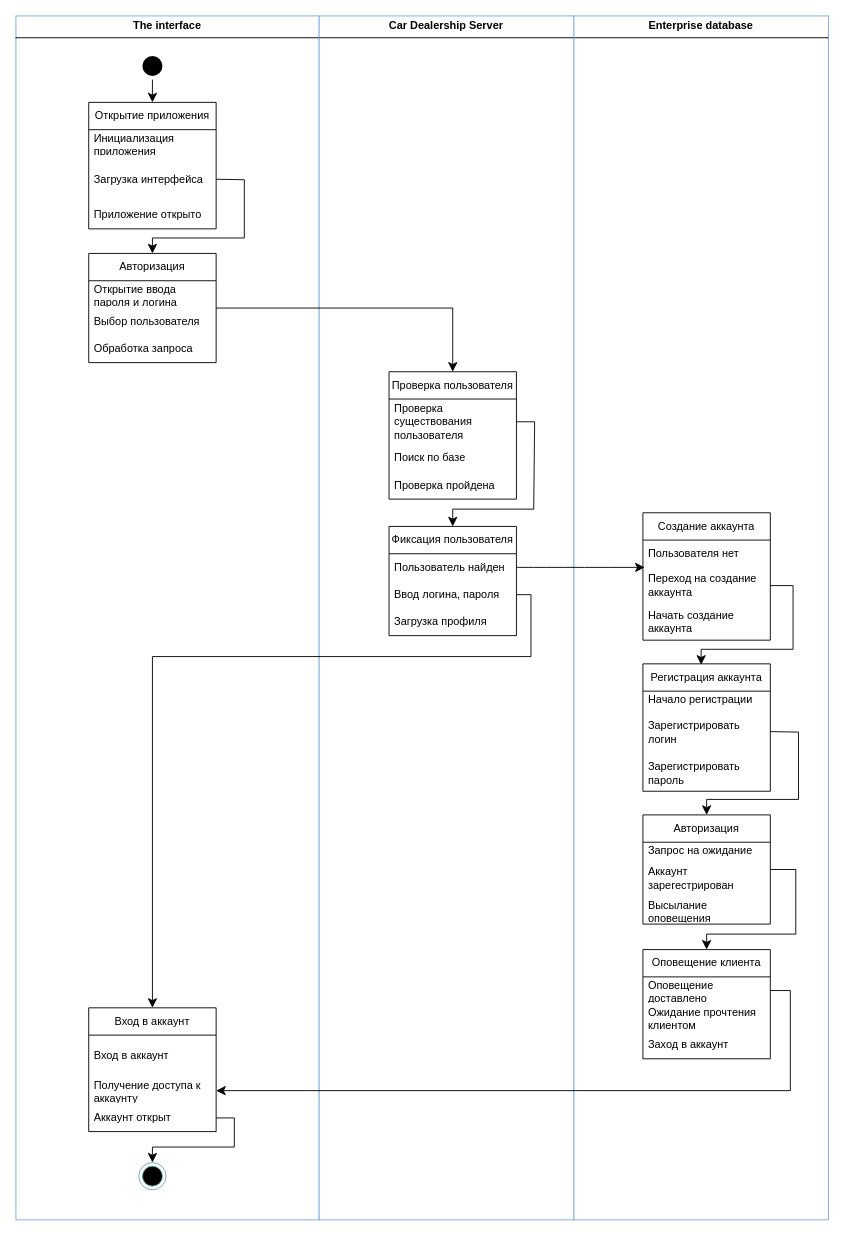
Above: page "More-2" (16 of 16) of Copy of 115 1.drawio in Helpmepleaseitishard/Aikms (draw.io), before the change. Source tidied: cells renumbered, new cells numbered last; positions are measured from the earlier drawing's top-left corner, leaving out a move shared by most shapes. Both pictures are drawn from the tidied source at 91%, with x=0, y=0 at pixel (15, 15).
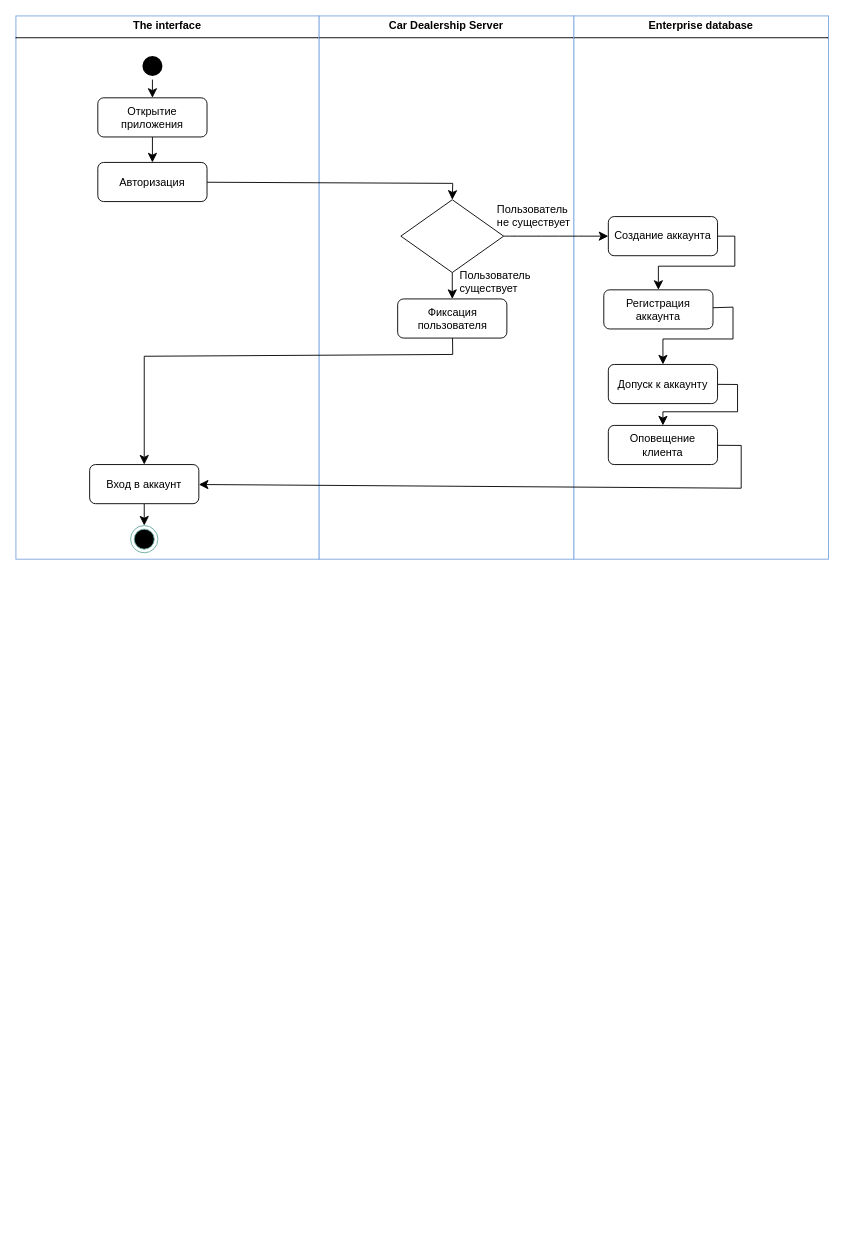
The same page after the edit.

Unchanged cells that the change refers to:
```xml
<mxCell id="27" style="ellipse;html=1;shape=endState;fillColor=#000000;strokeColor=none;" parent="1" vertex="1">
  <mxGeometry x="135" y="40" width="30" height="30" as="geometry" />
</mxCell>
```

The edit, as a diff of the source:
```diff
@@
     <mxCell id="2" value="&lt;p style=&quot;margin:0px;margin-top:4px;text-align:center;&quot;&gt;&lt;b&gt;Enterprise database&lt;/b&gt;&lt;/p&gt;&lt;hr size=&quot;1&quot; style=&quot;border-style:solid;&quot;&gt;&lt;div style=&quot;height:2px;&quot;&gt;&lt;/div&gt;" style="verticalAlign=top;align=left;overflow=fill;html=1;whiteSpace=wrap;strokeColor=#7EA6E0;" parent="1" vertex="1">
-      <mxGeometry x="613" width="280" height="1323" as="geometry" />
+      <mxGeometry x="613" width="280" height="597" as="geometry" />
     </mxCell>
     <mxCell id="3" value="&lt;p style=&quot;margin:0px;margin-top:4px;text-align:center;&quot;&gt;&lt;b&gt;Car Dealership Server&lt;/b&gt;&lt;/p&gt;&lt;hr size=&quot;1&quot; style=&quot;border-style:solid;&quot;&gt;&lt;div style=&quot;height:2px;&quot;&gt;&lt;/div&gt;" style="verticalAlign=top;align=left;overflow=fill;html=1;whiteSpace=wrap;strokeColor=#7EA6E0;" parent="1" vertex="1">
-      <mxGeometry x="333" width="280" height="1323" as="geometry" />
+      <mxGeometry x="333" width="280" height="597" as="geometry" />
     </mxCell>
     <mxCell id="4" value="&lt;p style=&quot;margin:0px;margin-top:4px;text-align:center;&quot;&gt;&lt;b&gt;The interface&lt;/b&gt;&lt;/p&gt;&lt;hr size=&quot;1&quot; style=&quot;border-style:solid;&quot;&gt;&lt;div style=&quot;height:2px;&quot;&gt;&lt;/div&gt;" style="verticalAlign=top;align=left;overflow=fill;html=1;whiteSpace=wrap;strokeColor=#7EA6E0;" parent="1" vertex="1">
-      <mxGeometry width="333" height="1323" as="geometry" />
+      <mxGeometry width="333" height="597" as="geometry" />
     </mxCell>
-    <mxCell id="5" value="Открытие приложения" style="swimlane;fontStyle=0;horizontal=1;startSize=30;whiteSpace=wrap;html=1;" parent="1" vertex="1">
-      <mxGeometry x="80" y="95" width="140" height="139" as="geometry" />
-    </mxCell>
-    <mxCell id="6" value="Инициализация приложения" style="text;strokeColor=none;fillColor=none;align=left;verticalAlign=middle;spacingLeft=4;spacingRight=4;overflow=hidden;whiteSpace=wrap;html=1;" parent="5" vertex="1">
-      <mxGeometry y="30" width="140" height="30" as="geometry" />
-    </mxCell>
-    <mxCell id="7" value="Загрузка интерфейса" style="text;strokeColor=none;fillColor=none;align=left;verticalAlign=middle;spacingLeft=4;spacingRight=4;overflow=hidden;points=[[0,0.5],[1,0.5]];portConstraint=eastwest;whiteSpace=wrap;html=1;" parent="5" vertex="1">
-      <mxGeometry y="60" width="140" height="49" as="geometry" />
-    </mxCell>
-    <mxCell id="8" value="Приложение открыто" style="text;strokeColor=none;fillColor=none;align=left;verticalAlign=middle;spacingLeft=4;spacingRight=4;overflow=hidden;whiteSpace=wrap;html=1;" parent="5" vertex="1">
-      <mxGeometry y="109" width="140" height="30" as="geometry" />
-    </mxCell>
-    <mxCell id="9" style="edgeStyle=none;curved=0;rounded=0;jettySize=auto;html=1;exitX=1;exitY=0.5;exitDx=0;exitDy=0;entryX=0.5;entryY=0;entryDx=0;entryDy=0;fontSize=12;startSize=8;endSize=8;" parent="1" edge="1" source="10" target="14">
+    <mxCell id="9" style="edgeStyle=none;curved=0;rounded=0;jettySize=auto;html=1;entryX=0.5;entryY=0;entryDx=0;entryDy=0;fontSize=12;startSize=8;endSize=8;" parent="1" edge="1" source="55" target="58">
       <mxGeometry relative="1" as="geometry">
         <Array as="points">
-          <mxPoint x="480" y="321" />
+          <mxPoint x="480" y="184" />
         </Array>
       </mxGeometry>
     </mxCell>
-    <mxCell id="10" value="Авторизация" style="swimlane;fontStyle=0;horizontal=1;startSize=30;whiteSpace=wrap;html=1;" parent="1" vertex="1">
-      <mxGeometry x="80" y="261" width="140" height="120" as="geometry" />
-    </mxCell>
-    <mxCell id="11" value="Открытие ввода пароля и логина" style="text;strokeColor=none;fillColor=none;align=left;verticalAlign=middle;spacingLeft=4;spacingRight=4;overflow=hidden;whiteSpace=wrap;html=1;" parent="10" vertex="1">
-      <mxGeometry y="30" width="140" height="30" as="geometry" />
-    </mxCell>
-    <mxCell id="12" value="Выбор пользователя" style="text;strokeColor=none;fillColor=none;align=left;verticalAlign=middle;spacingLeft=4;spacingRight=4;overflow=hidden;whiteSpace=wrap;html=1;" parent="10" vertex="1">
-      <mxGeometry y="60" width="140" height="30" as="geometry" />
-    </mxCell>
-    <mxCell id="13" value="Обработка запроса" style="text;strokeColor=none;fillColor=none;align=left;verticalAlign=middle;spacingLeft=4;spacingRight=4;overflow=hidden;whiteSpace=wrap;html=1;" parent="10" vertex="1">
-      <mxGeometry y="90" width="140" height="30" as="geometry" />
-    </mxCell>
-    <mxCell id="14" value="Проверка пользователя" style="swimlane;fontStyle=0;horizontal=1;startSize=30;whiteSpace=wrap;html=1;" parent="1" vertex="1">
-      <mxGeometry x="410" y="391" width="140" height="140" as="geometry" />
-    </mxCell>
-    <mxCell id="15" value="Проверка существования пользователя" style="text;strokeColor=none;fillColor=none;align=left;verticalAlign=middle;spacingLeft=4;spacingRight=4;overflow=hidden;points=[[0,0.5],[1,0.5]];portConstraint=eastwest;whiteSpace=wrap;html=1;" parent="14" vertex="1">
-      <mxGeometry y="30" width="140" height="50" as="geometry" />
-    </mxCell>
-    <mxCell id="16" value="Поиск по базе" style="text;strokeColor=none;fillColor=none;align=left;verticalAlign=middle;spacingLeft=4;spacingRight=4;overflow=hidden;whiteSpace=wrap;html=1;" parent="14" vertex="1">
-      <mxGeometry y="80" width="140" height="30" as="geometry" />
-    </mxCell>
-    <mxCell id="17" value="Проверка пройдена" style="text;strokeColor=none;fillColor=none;align=left;verticalAlign=middle;spacingLeft=4;spacingRight=4;overflow=hidden;whiteSpace=wrap;html=1;" parent="14" vertex="1">
-      <mxGeometry y="110" width="140" height="30" as="geometry" />
-    </mxCell>
-    <mxCell id="18" value="Фиксация пользователя" style="swimlane;fontStyle=0;horizontal=1;startSize=30;whiteSpace=wrap;html=1;" parent="1" vertex="1">
-      <mxGeometry x="410" y="561" width="140" height="120" as="geometry" />
-    </mxCell>
-    <mxCell id="19" value="Пользователь найден" style="text;strokeColor=none;fillColor=none;align=left;verticalAlign=middle;spacingLeft=4;spacingRight=4;overflow=hidden;points=[[0,0.5],[1,0.5]];portConstraint=eastwest;whiteSpace=wrap;html=1;" parent="18" vertex="1">
-      <mxGeometry y="30" width="140" height="30" as="geometry" />
-    </mxCell>
-    <mxCell id="20" value="Ввод логина, пароля" style="text;strokeColor=none;fillColor=none;align=left;verticalAlign=middle;spacingLeft=4;spacingRight=4;overflow=hidden;points=[[0,0.5],[1,0.5]];portConstraint=eastwest;whiteSpace=wrap;html=1;" parent="18" vertex="1">
-      <mxGeometry y="60" width="140" height="30" as="geometry" />
-    </mxCell>
-    <mxCell id="21" value="Загрузка профиля" style="text;strokeColor=none;fillColor=none;align=left;verticalAlign=middle;spacingLeft=4;spacingRight=4;overflow=hidden;whiteSpace=wrap;html=1;" parent="18" vertex="1">
-      <mxGeometry y="90" width="140" height="30" as="geometry" />
-    </mxCell>
-    <mxCell id="22" value="Вход в аккаунт" style="swimlane;fontStyle=0;horizontal=1;startSize=30;whiteSpace=wrap;html=1;" parent="1" vertex="1">
-      <mxGeometry x="80" y="1090" width="140" height="136" as="geometry" />
-    </mxCell>
-    <mxCell id="23" value="Вход в аккаунт" style="text;strokeColor=none;fillColor=none;align=left;verticalAlign=middle;spacingLeft=4;spacingRight=4;overflow=hidden;whiteSpace=wrap;html=1;" parent="22" vertex="1">
-      <mxGeometry y="30" width="140" height="46" as="geometry" />
-    </mxCell>
-    <mxCell id="24" value="Получение доступа к аккаунту" style="text;strokeColor=none;fillColor=none;align=left;verticalAlign=middle;spacingLeft=4;spacingRight=4;overflow=hidden;points=[[0,0.5],[1,0.5]];portConstraint=eastwest;whiteSpace=wrap;html=1;" parent="22" vertex="1">
-      <mxGeometry y="76" width="140" height="30" as="geometry" />
-    </mxCell>
-    <mxCell id="25" value="Аккаунт открыт" style="text;strokeColor=none;fillColor=none;align=left;verticalAlign=middle;spacingLeft=4;spacingRight=4;overflow=hidden;points=[[0,0.5],[1,0.5]];portConstraint=eastwest;whiteSpace=wrap;html=1;" parent="22" vertex="1">
-      <mxGeometry y="106" width="140" height="30" as="geometry" />
-    </mxCell>
-    <mxCell id="26" style="edgeStyle=none;curved=0;rounded=0;jettySize=auto;html=1;exitX=0.5;exitY=1;exitDx=0;exitDy=0;entryX=0.5;entryY=0;entryDx=0;entryDy=0;fontSize=12;startSize=8;endSize=8;" parent="1" edge="1" source="27" target="5">
+    <mxCell id="26" style="edgeStyle=none;curved=0;rounded=0;jettySize=auto;html=1;exitX=0.5;exitY=1;exitDx=0;exitDy=0;fontSize=12;startSize=8;endSize=8;" parent="1" edge="1" source="27" target="5">
       <mxGeometry relative="1" as="geometry" />
     </mxCell>
@@
-    <mxCell id="28" value="Создание аккаунта" style="swimlane;fontStyle=0;horizontal=1;startSize=30;whiteSpace=wrap;html=1;" parent="1" vertex="1">
-      <mxGeometry x="689" y="546" width="140" height="140" as="geometry" />
-    </mxCell>
-    <mxCell id="29" value="Пользователя нет" style="text;strokeColor=none;fillColor=none;align=left;verticalAlign=middle;spacingLeft=4;spacingRight=4;overflow=hidden;points=[[0,0.5],[1,0.5]];portConstraint=eastwest;whiteSpace=wrap;html=1;" parent="28" vertex="1">
-      <mxGeometry y="30" width="140" height="30" as="geometry" />
-    </mxCell>
-    <mxCell id="30" value="Переход на создание аккаунта" style="text;strokeColor=none;fillColor=none;align=left;verticalAlign=middle;spacingLeft=4;spacingRight=4;overflow=hidden;points=[[0,0.5],[1,0.5]];portConstraint=eastwest;whiteSpace=wrap;html=1;" parent="28" vertex="1">
-      <mxGeometry y="60" width="140" height="40" as="geometry" />
-    </mxCell>
-    <mxCell id="31" value="Начать создание аккаунта" style="text;strokeColor=none;fillColor=none;align=left;verticalAlign=middle;spacingLeft=4;spacingRight=4;overflow=hidden;whiteSpace=wrap;html=1;" parent="28" vertex="1">
-      <mxGeometry y="100" width="140" height="40" as="geometry" />
-    </mxCell>
-    <mxCell id="32" style="edgeStyle=none;curved=0;rounded=0;jettySize=auto;html=1;exitX=1;exitY=0.5;exitDx=0;exitDy=0;entryX=0.5;entryY=0;entryDx=0;entryDy=0;fontSize=12;startSize=8;endSize=8;" parent="1" edge="1" source="7" target="10">
-      <mxGeometry relative="1" as="geometry">
-        <Array as="points">
-          <mxPoint x="251" y="180" />
-          <mxPoint x="251" y="244" />
-          <mxPoint x="150" y="244" />
-        </Array>
-      </mxGeometry>
+    <mxCell id="32" style="edgeStyle=none;curved=0;rounded=0;jettySize=auto;html=1;fontSize=12;startSize=8;endSize=8;" parent="1" edge="1" source="5" target="55">
+      <mxGeometry relative="1" as="geometry" />
     </mxCell>
-    <mxCell id="33" style="edgeStyle=none;curved=0;rounded=0;jettySize=auto;html=1;exitX=1;exitY=0.5;exitDx=0;exitDy=0;entryX=0.5;entryY=0;entryDx=0;entryDy=0;fontSize=12;startSize=8;endSize=8;" parent="1" edge="1" source="15" target="18">
-      <mxGeometry relative="1" as="geometry">
-        <Array as="points">
-          <mxPoint x="570" y="446" />
-          <mxPoint x="569" y="542" />
-          <mxPoint x="480" y="542" />
-        </Array>
-      </mxGeometry>
+    <mxCell id="33" style="edgeStyle=none;curved=0;rounded=0;jettySize=auto;html=1;exitX=0.5;exitY=1;exitDx=0;exitDy=0;fontSize=12;startSize=8;endSize=8;" parent="1" edge="1" source="58" target="18">
+      <mxGeometry relative="1" as="geometry" />
     </mxCell>
-    <mxCell id="34" style="edgeStyle=none;curved=0;rounded=0;jettySize=auto;html=1;exitX=1;exitY=0.5;exitDx=0;exitDy=0;entryX=0.5;entryY=0;entryDx=0;entryDy=0;fontSize=12;startSize=8;endSize=8;" parent="1" edge="1" source="20" target="22">
+    <mxCell id="34" style="edgeStyle=none;curved=0;rounded=0;jettySize=auto;html=1;fontSize=12;startSize=8;endSize=8;entryX=0.5;entryY=0;entryDx=0;entryDy=0;" parent="1" edge="1" source="18" target="57">
       <mxGeometry relative="1" as="geometry">
         <Array as="points">
-          <mxPoint x="566" y="636" />
-          <mxPoint x="566" y="704" />
-          <mxPoint x="242" y="704" />
-          <mxPoint x="150" y="704" />
+          <mxPoint x="480" y="372" />
+          <mxPoint x="141" y="374" />
         </Array>
       </mxGeometry>
     </mxCell>
     <mxCell id="35" style="ellipse;html=1;shape=endState;fillColor=#000000;strokeColor=#67AB9F;" parent="1" vertex="1">
-      <mxGeometry x="135" y="1260" width="30" height="30" as="geometry" />
+      <mxGeometry x="126" y="560" width="30" height="30" as="geometry" />
     </mxCell>
-    <mxCell id="36" value="Регистрация аккаунта" style="swimlane;fontStyle=0;horizontal=1;startSize=30;whiteSpace=wrap;html=1;" parent="1" vertex="1">
-      <mxGeometry x="689" y="712" width="140" height="140" as="geometry" />
-    </mxCell>
-    <mxCell id="37" value="Начало регистрации" style="text;strokeColor=none;fillColor=none;align=left;verticalAlign=middle;spacingLeft=4;spacingRight=4;overflow=hidden;whiteSpace=wrap;html=1;" parent="36" vertex="1">
-      <mxGeometry y="30" width="140" height="20" as="geometry" />
-    </mxCell>
-    <mxCell id="38" value="Зарегистрировать логин" style="text;strokeColor=none;fillColor=none;align=left;verticalAlign=middle;spacingLeft=4;spacingRight=4;overflow=hidden;points=[[0,0.5],[1,0.5]];portConstraint=eastwest;whiteSpace=wrap;html=1;" parent="36" vertex="1">
-      <mxGeometry y="50" width="140" height="49" as="geometry" />
-    </mxCell>
-    <mxCell id="39" value="Зарегистрировать пароль" style="text;strokeColor=none;fillColor=none;align=left;verticalAlign=middle;spacingLeft=4;spacingRight=4;overflow=hidden;whiteSpace=wrap;html=1;" parent="36" vertex="1">
-      <mxGeometry y="99" width="140" height="41" as="geometry" />
-    </mxCell>
-    <mxCell id="40" style="edgeStyle=none;curved=0;rounded=0;jettySize=auto;html=1;exitX=1;exitY=0.5;exitDx=0;exitDy=0;entryX=0.5;entryY=0;entryDx=0;entryDy=0;fontSize=12;startSize=8;endSize=8;" parent="1" edge="1" source="41" target="45">
+    <mxCell id="40" style="edgeStyle=none;curved=0;rounded=0;jettySize=auto;html=1;fontSize=12;startSize=8;endSize=8;" parent="1" edge="1" source="56" target="45">
       <mxGeometry relative="1" as="geometry">
         <Array as="points">
-          <mxPoint x="857" y="938" />
-          <mxPoint x="857" y="1009" />
-          <mxPoint x="759" y="1009" />
+          <mxPoint x="793" y="405" />
+          <mxPoint x="793" y="435" />
+          <mxPoint x="711" y="435" />
         </Array>
       </mxGeometry>
     </mxCell>
-    <mxCell id="41" value="Авторизация" style="swimlane;fontStyle=0;horizontal=1;startSize=30;whiteSpace=wrap;html=1;" parent="1" vertex="1">
-      <mxGeometry x="689" y="878" width="140" height="120" as="geometry" />
-    </mxCell>
-    <mxCell id="42" value="Запрос на ожидание" style="text;strokeColor=none;fillColor=none;align=left;verticalAlign=middle;spacingLeft=4;spacingRight=4;overflow=hidden;whiteSpace=wrap;html=1;" parent="41" vertex="1">
-      <mxGeometry y="30" width="140" height="20" as="geometry" />
-    </mxCell>
-    <mxCell id="43" value="Аккаунт зарегестрирован" style="text;strokeColor=none;fillColor=none;align=left;verticalAlign=middle;spacingLeft=4;spacingRight=4;overflow=hidden;whiteSpace=wrap;html=1;" parent="41" vertex="1">
-      <mxGeometry y="50" width="140" height="40" as="geometry" />
-    </mxCell>
-    <mxCell id="44" value="Высылание оповещения" style="text;strokeColor=none;fillColor=none;align=left;verticalAlign=middle;spacingLeft=4;spacingRight=4;overflow=hidden;whiteSpace=wrap;html=1;" parent="41" vertex="1">
-      <mxGeometry y="90" width="140" height="30" as="geometry" />
-    </mxCell>
-    <mxCell id="45" value="Оповещение клиента" style="swimlane;fontStyle=0;horizontal=1;startSize=30;whiteSpace=wrap;html=1;" parent="1" vertex="1">
-      <mxGeometry x="689" y="1026" width="140" height="120" as="geometry" />
-    </mxCell>
-    <mxCell id="46" value="Оповещение доставлено" style="text;strokeColor=none;fillColor=none;align=left;verticalAlign=middle;spacingLeft=4;spacingRight=4;overflow=hidden;points=[[0,0.5],[1,0.5]];portConstraint=eastwest;whiteSpace=wrap;html=1;" parent="45" vertex="1">
-      <mxGeometry y="30" width="140" height="30" as="geometry" />
-    </mxCell>
-    <mxCell id="47" value="Ожидание прочтения клиентом" style="text;strokeColor=none;fillColor=none;align=left;verticalAlign=middle;spacingLeft=4;spacingRight=4;overflow=hidden;whiteSpace=wrap;html=1;" parent="45" vertex="1">
-      <mxGeometry y="60" width="140" height="30" as="geometry" />
-    </mxCell>
-    <mxCell id="48" value="Заход в аккаунт" style="text;strokeColor=none;fillColor=none;align=left;verticalAlign=middle;spacingLeft=4;spacingRight=4;overflow=hidden;whiteSpace=wrap;html=1;" parent="45" vertex="1">
-      <mxGeometry y="90" width="140" height="30" as="geometry" />
-    </mxCell>
-    <mxCell id="49" style="edgeStyle=none;curved=0;rounded=0;jettySize=auto;html=1;exitX=1;exitY=0.5;exitDx=0;exitDy=0;entryX=0.5;entryY=0;entryDx=0;entryDy=0;fontSize=12;startSize=8;endSize=8;" parent="1" edge="1" source="38" target="41">
+    <mxCell id="49" style="edgeStyle=none;curved=0;rounded=0;jettySize=auto;html=1;fontSize=12;startSize=8;endSize=8;" parent="1" edge="1" source="36" target="56">
       <mxGeometry relative="1" as="geometry">
         <Array as="points">
-          <mxPoint x="860" y="787" />
-          <mxPoint x="860" y="861" />
-          <mxPoint x="759" y="861" />
+          <mxPoint x="788" y="320" />
+          <mxPoint x="788" y="355" />
+          <mxPoint x="711" y="355" />
         </Array>
       </mxGeometry>
     </mxCell>
-    <mxCell id="50" style="edgeStyle=none;curved=0;rounded=0;jettySize=auto;html=1;exitX=1;exitY=0.5;exitDx=0;exitDy=0;entryX=1;entryY=0.5;entryDx=0;entryDy=0;fontSize=12;startSize=8;endSize=8;" parent="1" edge="1" source="46" target="24">
+    <mxCell id="50" style="edgeStyle=none;curved=0;rounded=0;jettySize=auto;html=1;fontSize=12;startSize=8;endSize=8;" parent="1" edge="1" source="45" target="57">
       <mxGeometry relative="1" as="geometry">
         <Array as="points">
-          <mxPoint x="851" y="1071" />
-          <mxPoint x="851" y="1181" />
+          <mxPoint x="797" y="472" />
+          <mxPoint x="797" y="519" />
         </Array>
       </mxGeometry>
     </mxCell>
-    <mxCell id="51" style="edgeStyle=none;curved=0;rounded=0;jettySize=auto;html=1;exitX=1;exitY=0.5;exitDx=0;exitDy=0;fontSize=12;startSize=8;endSize=8;" parent="1" edge="1" source="25">
-      <mxGeometry relative="1" as="geometry">
-        <mxPoint x="150" y="1260" as="targetPoint" />
-        <Array as="points">
-          <mxPoint x="240" y="1211" />
-          <mxPoint x="240" y="1243" />
-          <mxPoint x="150" y="1243" />
-        </Array>
-      </mxGeometry>
+    <mxCell id="51" style="edgeStyle=none;curved=0;rounded=0;jettySize=auto;html=1;fontSize=12;startSize=8;endSize=8;entryX=0.5;entryY=0;entryDx=0;entryDy=0;" parent="1" edge="1" source="57" target="35">
+      <mxGeometry relative="1" as="geometry" />
     </mxCell>
-    <mxCell id="52" style="edgeStyle=none;curved=0;rounded=0;jettySize=auto;html=1;entryX=0.5;entryY=0;entryDx=0;entryDy=0;fontSize=12;startSize=8;endSize=8;exitX=1;exitY=0.5;exitDx=0;exitDy=0;" parent="1" edge="1" source="30">
+    <mxCell id="52" style="edgeStyle=none;curved=0;rounded=0;jettySize=auto;html=1;fontSize=12;startSize=8;endSize=8;exitX=1;exitY=0.5;exitDx=0;exitDy=0;" parent="1" edge="1" source="28" target="36">
       <mxGeometry relative="1" as="geometry">
-        <mxPoint x="753" y="713" as="targetPoint" />
         <Array as="points">
-          <mxPoint x="854" y="626" />
-          <mxPoint x="854" y="696" />
-          <mxPoint x="753" y="696" />
+          <mxPoint x="790" y="242" />
+          <mxPoint x="790" y="275" />
+          <mxPoint x="706" y="275" />
         </Array>
       </mxGeometry>
     </mxCell>
-    <mxCell id="53" style="edgeStyle=none;curved=1;rounded=0;jettySize=auto;html=1;exitX=1;exitY=0.5;exitDx=0;exitDy=0;entryX=0.014;entryY=1;entryDx=0;entryDy=0;entryPerimeter=0;fontSize=12;startSize=8;endSize=8;" parent="1" edge="1" source="19" target="29">
+    <mxCell id="53" style="edgeStyle=none;curved=1;rounded=0;jettySize=auto;html=1;exitX=1;exitY=0.5;exitDx=0;exitDy=0;entryX=0;entryY=0.5;entryDx=0;entryDy=0;fontSize=12;startSize=8;endSize=8;" parent="1" edge="1" source="58" target="28">
       <mxGeometry relative="1" as="geometry" />
     </mxCell>
+    <mxCell id="54" value="Пользователь не существует" style="text;whiteSpace=wrap;html=1;" parent="1" vertex="1">
+      <mxGeometry x="527" y="199" width="86" height="41" as="geometry" />
+    </mxCell>
+    <mxCell id="5" value="Открытие приложения" style="rounded=1;whiteSpace=wrap;html=1;" parent="1" vertex="1">
+      <mxGeometry x="90" y="90" width="120" height="43" as="geometry" />
+    </mxCell>
+    <mxCell id="55" value="Авторизация" style="rounded=1;whiteSpace=wrap;html=1;" parent="1" vertex="1">
+      <mxGeometry x="90" y="161" width="120" height="43" as="geometry" />
+    </mxCell>
+    <mxCell id="18" value="Фиксация пользователя" style="rounded=1;whiteSpace=wrap;html=1;" parent="1" vertex="1">
+      <mxGeometry x="419.5" y="311" width="120" height="43" as="geometry" />
+    </mxCell>
+    <mxCell id="28" value="Создание аккаунта" style="rounded=1;whiteSpace=wrap;html=1;" parent="1" vertex="1">
+      <mxGeometry x="651" y="220.5" width="120" height="43" as="geometry" />
+    </mxCell>
+    <mxCell id="36" value="Регистрация аккаунта" style="rounded=1;whiteSpace=wrap;html=1;" parent="1" vertex="1">
+      <mxGeometry x="646" y="301" width="120" height="43" as="geometry" />
+    </mxCell>
+    <mxCell id="56" value="Допуск к аккаунту" style="rounded=1;whiteSpace=wrap;html=1;" parent="1" vertex="1">
+      <mxGeometry x="651" y="383" width="120" height="43" as="geometry" />
+    </mxCell>
+    <mxCell id="45" value="Оповещение клиента" style="rounded=1;whiteSpace=wrap;html=1;" parent="1" vertex="1">
+      <mxGeometry x="651" y="450" width="120" height="43" as="geometry" />
+    </mxCell>
+    <mxCell id="57" value="Вход в аккаунт" style="rounded=1;whiteSpace=wrap;html=1;" parent="1" vertex="1">
+      <mxGeometry x="81" y="493" width="120" height="43" as="geometry" />
+    </mxCell>
+    <mxCell id="58" style="rhombus;whiteSpace=wrap;html=1;" parent="1" vertex="1">
+      <mxGeometry x="423" y="202" width="113" height="80" as="geometry" />
+    </mxCell>
+    <mxCell id="59" value="Пользователь существует" style="text;whiteSpace=wrap;html=1;" parent="1" vertex="1">
+      <mxGeometry x="486" y="272" width="86" height="41" as="geometry" />
+    </mxCell>
```
